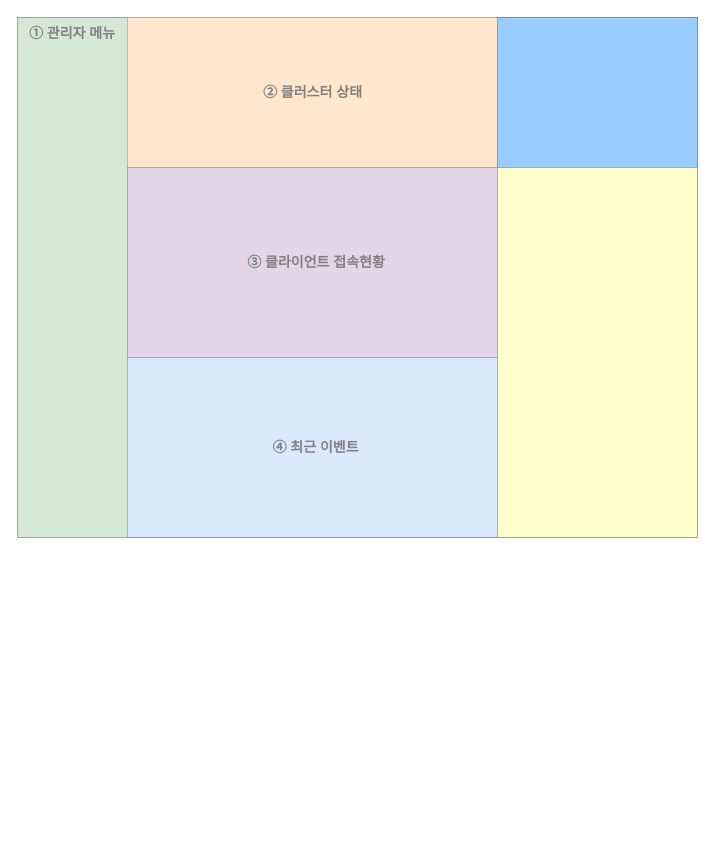
Before: page "페이지-3" (3 of 3) of 제목 없는 다이어그램.drawio in weed700/study_repo, a draw.io diagram. Source tidied: cells renumbered, new cells numbered last; positions are measured from the earlier drawing's top-left corner, leaving out a move shared by most shapes. Both pictures are drawn from the tidied source at 100%, with x=0, y=0 at pixel (17, 17).
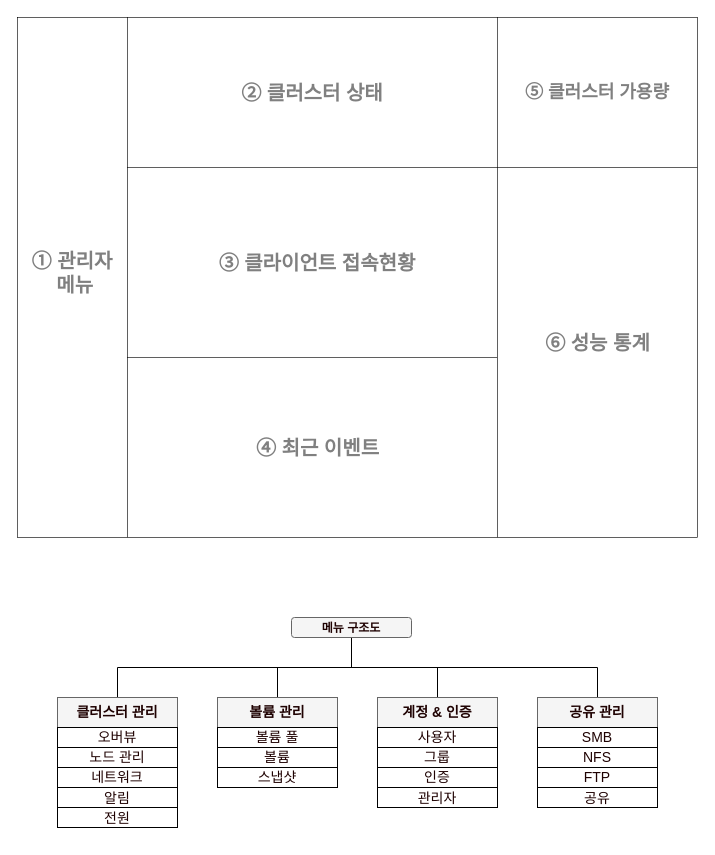
Above is the later version.

Commit message:
제목 없는 다이어그램.drawio 업데이트

The edit, as a diff of the source:
```diff
@@
+    <mxCell id="13" style="group;" parent="1" vertex="1">
+      <mxGeometry width="680" height="520" as="geometry" />
+    </mxCell>
-    <mxCell id="2" style="rounded=0;whiteSpace=wrap;html=1;strokeWidth=0.5;fontSize=11;" parent="1" vertex="1">
+    <mxCell id="2" style="rounded=0;whiteSpace=wrap;html=1;strokeWidth=0.5;fontSize=11;" parent="13" vertex="1">
       <mxGeometry width="680" height="520" as="geometry" />
     </mxCell>
-    <mxCell id="3" style="rounded=0;whiteSpace=wrap;html=1;strokeWidth=0.5;fontSize=11;fillColor=#d5e8d4;strokeColor=#82b366;" parent="1" vertex="1">
+    <mxCell id="3" style="rounded=0;whiteSpace=wrap;html=1;strokeWidth=0.5;fontSize=11;" parent="13" vertex="1">
       <mxGeometry width="110" height="520" as="geometry" />
     </mxCell>
-    <mxCell id="4" style="rounded=0;whiteSpace=wrap;html=1;strokeWidth=0.5;fontSize=11;fillColor=#ffe6cc;strokeColor=#d79b00;" parent="1" vertex="1">
+    <mxCell id="4" style="rounded=0;whiteSpace=wrap;html=1;strokeWidth=0.5;fontSize=11;" parent="13" vertex="1">
       <mxGeometry x="110" width="370" height="150" as="geometry" />
     </mxCell>
-    <mxCell id="5" style="rounded=0;whiteSpace=wrap;html=1;strokeWidth=0.5;fontSize=11;fillColor=#e1d5e7;strokeColor=#9673a6;" parent="1" vertex="1">
+    <mxCell id="5" style="rounded=0;whiteSpace=wrap;html=1;strokeWidth=0.5;fontSize=11;" parent="13" vertex="1">
       <mxGeometry x="110" y="150" width="370" height="190" as="geometry" />
     </mxCell>
-    <mxCell id="6" style="rounded=0;whiteSpace=wrap;html=1;strokeWidth=0.5;fontSize=11;fillColor=#dae8fc;strokeColor=#6c8ebf;" parent="1" vertex="1">
+    <mxCell id="6" style="rounded=0;whiteSpace=wrap;html=1;strokeWidth=0.5;fontSize=11;" parent="13" vertex="1">
       <mxGeometry x="110" y="340" width="370" height="180" as="geometry" />
     </mxCell>
-    <mxCell id="7" style="rounded=0;whiteSpace=wrap;html=1;strokeWidth=0.5;fontSize=11;fillColor=#99CCFF;strokeColor=#b85450;" parent="1" vertex="1">
+    <mxCell id="7" style="rounded=0;whiteSpace=wrap;html=1;strokeWidth=0.5;fontSize=11;" parent="13" vertex="1">
       <mxGeometry x="480" width="200" height="150" as="geometry" />
     </mxCell>
-    <mxCell id="8" style="rounded=0;whiteSpace=wrap;html=1;strokeWidth=0.5;fontSize=11;fillColor=#FFFFCC;strokeColor=#9673a6;" parent="1" vertex="1">
+    <mxCell id="8" style="rounded=0;whiteSpace=wrap;html=1;strokeWidth=0.5;fontSize=11;" parent="13" vertex="1">
       <mxGeometry x="480" y="150" width="200" height="370" as="geometry" />
     </mxCell>
-    <mxCell id="9" value="&lt;font style=&quot;font-size: 14px;&quot;&gt;① 관리자 메뉴&lt;/font&gt;" style="text;html=1;strokeColor=none;fillColor=none;align=center;verticalAlign=middle;whiteSpace=wrap;rounded=0;strokeWidth=0.5;fontSize=11;fontColor=#808080;rotation=0;fontStyle=1;" parent="1" vertex="1">
-      <mxGeometry y="1" width="110" height="30" as="geometry" />
+    <mxCell id="9" value="&lt;font style=&quot;font-size: 20px;&quot;&gt;① 관리자&lt;br&gt;&amp;nbsp;메뉴&lt;/font&gt;" style="text;html=1;strokeColor=none;fillColor=none;align=center;verticalAlign=middle;whiteSpace=wrap;rounded=0;strokeWidth=0.5;fontSize=20;fontColor=#808080;rotation=0;fontStyle=1;" parent="13" vertex="1">
+      <mxGeometry y="240" width="110" height="30" as="geometry" />
     </mxCell>
-    <mxCell id="10" value="&lt;font style=&quot;font-size: 14px;&quot;&gt;② 클러스터 상태&lt;/font&gt;" style="text;html=1;strokeColor=none;fillColor=none;align=center;verticalAlign=middle;whiteSpace=wrap;rounded=0;strokeWidth=0.5;fontSize=11;fontColor=#808080;rotation=0;fontStyle=1;" parent="1" vertex="1">
-      <mxGeometry x="232.5" y="60" width="125" height="30" as="geometry" />
+    <mxCell id="10" value="&lt;font style=&quot;font-size: 20px;&quot;&gt;② 클러스터 상태&lt;/font&gt;" style="text;html=1;strokeColor=none;fillColor=none;align=center;verticalAlign=middle;whiteSpace=wrap;rounded=0;strokeWidth=0.5;fontSize=20;fontColor=#808080;rotation=0;fontStyle=1;" parent="13" vertex="1">
+      <mxGeometry x="203.1" y="60" width="183.8" height="30" as="geometry" />
     </mxCell>
-    <mxCell id="11" value="&lt;font style=&quot;font-size: 14px;&quot;&gt;③ 클라이언트 접속현황&lt;/font&gt;" style="text;html=1;strokeColor=none;fillColor=none;align=center;verticalAlign=middle;whiteSpace=wrap;rounded=0;strokeWidth=0.5;fontSize=11;fontColor=#808080;rotation=0;fontStyle=1;" parent="1" vertex="1">
-      <mxGeometry x="220" y="230" width="157.5" height="30" as="geometry" />
+    <mxCell id="11" value="&lt;font style=&quot;font-size: 20px;&quot;&gt;③ 클라이언트 접속현황&lt;/font&gt;" style="text;html=1;strokeColor=none;fillColor=none;align=center;verticalAlign=middle;whiteSpace=wrap;rounded=0;strokeWidth=0.5;fontSize=20;fontColor=#808080;rotation=0;fontStyle=1;" parent="13" vertex="1">
+      <mxGeometry x="190" y="230" width="220" height="30" as="geometry" />
     </mxCell>
-    <mxCell id="12" value="&lt;font style=&quot;font-size: 14px;&quot;&gt;④ 최근 이벤트&lt;/font&gt;" style="text;html=1;strokeColor=none;fillColor=none;align=center;verticalAlign=middle;whiteSpace=wrap;rounded=0;strokeWidth=0.5;fontSize=11;fontColor=#808080;rotation=0;fontStyle=1;" parent="1" vertex="1">
-      <mxGeometry x="236.2" y="415" width="125" height="30" as="geometry" />
+    <mxCell id="12" value="&lt;font style=&quot;font-size: 20px;&quot;&gt;④ 최근 이벤트&lt;/font&gt;" style="text;html=1;strokeColor=none;fillColor=none;align=center;verticalAlign=middle;whiteSpace=wrap;rounded=0;strokeWidth=0.5;fontSize=20;fontColor=#808080;rotation=0;fontStyle=1;" parent="13" vertex="1">
+      <mxGeometry x="227.5" y="415" width="145" height="30" as="geometry" />
     </mxCell>
+    <mxCell id="14" value="&lt;font style=&quot;font-size: 18px;&quot;&gt;⑤ 클러스터 가용량&lt;/font&gt;" style="text;html=1;strokeColor=none;fillColor=none;align=center;verticalAlign=middle;whiteSpace=wrap;rounded=0;strokeWidth=0.5;fontSize=18;fontColor=#808080;rotation=0;fontStyle=1;" parent="13" vertex="1">
+      <mxGeometry x="500" y="60" width="160" height="30" as="geometry" />
+    </mxCell>
+    <mxCell id="15" value="&lt;font style=&quot;font-size: 20px;&quot;&gt;⑥ 성능 통계&lt;/font&gt;" style="text;html=1;strokeColor=none;fillColor=none;align=center;verticalAlign=middle;whiteSpace=wrap;rounded=0;strokeWidth=0.5;fontSize=20;fontColor=#808080;rotation=0;fontStyle=1;" parent="13" vertex="1">
+      <mxGeometry x="522.5" y="310" width="115" height="30" as="geometry" />
+    </mxCell>
+    <mxCell id="16" style="edgeStyle=orthogonalEdgeStyle;rounded=0;jettySize=auto;html=1;exitX=0.5;exitY=1;exitDx=0;exitDy=0;entryX=0.5;entryY=0;entryDx=0;entryDy=0;strokeWidth=1;fontSize=14;fontColor=#1F0202;startArrow=none;startFill=0;endArrow=none;endFill=0;elbow=vertical;" parent="1" edge="1" source="20" target="26">
+      <mxGeometry relative="1" as="geometry" />
+    </mxCell>
+    <mxCell id="17" style="edgeStyle=orthogonalEdgeStyle;rounded=0;jettySize=auto;html=1;exitX=0.5;exitY=1;exitDx=0;exitDy=0;entryX=0.5;entryY=0;entryDx=0;entryDy=0;strokeWidth=1;fontSize=14;fontColor=#1F0202;startArrow=none;startFill=0;endArrow=none;endFill=0;elbow=vertical;" parent="1" edge="1" source="20" target="44">
+      <mxGeometry relative="1" as="geometry" />
+    </mxCell>
+    <mxCell id="18" style="edgeStyle=orthogonalEdgeStyle;rounded=0;jettySize=auto;html=1;exitX=0.5;exitY=1;exitDx=0;exitDy=0;entryX=0.5;entryY=0;entryDx=0;entryDy=0;strokeWidth=1;fontSize=14;fontColor=#1F0202;startArrow=none;startFill=0;endArrow=none;endFill=0;elbow=vertical;" parent="1" edge="1" source="20" target="56">
+      <mxGeometry relative="1" as="geometry" />
+    </mxCell>
+    <mxCell id="19" style="edgeStyle=orthogonalEdgeStyle;rounded=0;jettySize=auto;html=1;exitX=0.5;exitY=1;exitDx=0;exitDy=0;strokeWidth=1;fontSize=14;fontColor=#1F0202;startArrow=none;startFill=0;endArrow=none;endFill=0;elbow=vertical;" parent="1" edge="1" source="20" target="71">
+      <mxGeometry relative="1" as="geometry" />
+    </mxCell>
+    <mxCell id="20" style="rounded=1;whiteSpace=wrap;html=1;strokeWidth=1;fontSize=20;fillColor=#f5f5f5;fontColor=#333333;strokeColor=#666666;" parent="1" vertex="1">
+      <mxGeometry x="274" y="600" width="120" height="20" as="geometry" />
+    </mxCell>
+    <mxCell id="21" style="group;" parent="1" vertex="1">
+      <mxGeometry x="40" y="680" width="120" height="140" as="geometry" />
+    </mxCell>
+    <mxCell id="22" style="rounded=0;whiteSpace=wrap;html=1;strokeWidth=1;fontSize=20;" parent="21" vertex="1">
+      <mxGeometry width="120" height="130" as="geometry" />
+    </mxCell>
+    <mxCell id="23" style="rounded=0;whiteSpace=wrap;html=1;strokeColor=#666666;strokeWidth=1;fontSize=20;fillColor=#f5f5f5;fontColor=#333333;" parent="21" vertex="1">
+      <mxGeometry width="120" height="30" as="geometry" />
+    </mxCell>
+    <mxCell id="24" style="rounded=0;whiteSpace=wrap;html=1;strokeWidth=1;fontSize=20;" parent="21" vertex="1">
+      <mxGeometry y="30" width="120" height="20" as="geometry" />
+    </mxCell>
+    <mxCell id="25" value="오버뷰" style="text;html=1;strokeColor=none;fillColor=none;align=center;verticalAlign=middle;whiteSpace=wrap;rounded=0;strokeWidth=1;fontSize=14;fontColor=#1F0202;" parent="21" vertex="1">
+      <mxGeometry x="20" y="25" width="80" height="30" as="geometry" />
+    </mxCell>
+    <mxCell id="26" value="&lt;b&gt;클러스터 관리&lt;/b&gt;" style="text;html=1;strokeColor=none;fillColor=none;align=center;verticalAlign=middle;whiteSpace=wrap;rounded=0;strokeWidth=1;fontSize=14;fontColor=#1F0202;" parent="21" vertex="1">
+      <mxGeometry x="15" width="90" height="30" as="geometry" />
+    </mxCell>
+    <mxCell id="27" style="group;" parent="21" vertex="1">
+      <mxGeometry y="45" width="120" height="30" as="geometry" />
+    </mxCell>
+    <mxCell id="28" style="rounded=0;whiteSpace=wrap;html=1;strokeWidth=1;fontSize=20;" parent="27" vertex="1">
+      <mxGeometry y="5" width="120" height="20" as="geometry" />
+    </mxCell>
+    <mxCell id="29" value="노드 관리" style="text;html=1;strokeColor=none;fillColor=none;align=center;verticalAlign=middle;whiteSpace=wrap;rounded=0;strokeWidth=1;fontSize=14;fontColor=#1F0202;" parent="27" vertex="1">
+      <mxGeometry x="20" width="80" height="30" as="geometry" />
+    </mxCell>
+    <mxCell id="30" style="group;" parent="21" vertex="1">
+      <mxGeometry y="65" width="120" height="30" as="geometry" />
+    </mxCell>
+    <mxCell id="31" style="rounded=0;whiteSpace=wrap;html=1;strokeWidth=1;fontSize=20;" parent="30" vertex="1">
+      <mxGeometry y="5" width="120" height="20" as="geometry" />
+    </mxCell>
+    <mxCell id="32" value="네트워크" style="text;html=1;strokeColor=none;fillColor=none;align=center;verticalAlign=middle;whiteSpace=wrap;rounded=0;strokeWidth=1;fontSize=14;fontColor=#1F0202;" parent="30" vertex="1">
+      <mxGeometry x="20" width="80" height="30" as="geometry" />
+    </mxCell>
+    <mxCell id="33" style="group;" parent="21" vertex="1">
+      <mxGeometry y="85" width="120" height="55" as="geometry" />
+    </mxCell>
+    <mxCell id="34" style="rounded=0;whiteSpace=wrap;html=1;strokeWidth=1;fontSize=20;" parent="33" vertex="1">
+      <mxGeometry y="5" width="120" height="20" as="geometry" />
+    </mxCell>
+    <mxCell id="35" value="알림" style="text;html=1;strokeColor=none;fillColor=none;align=center;verticalAlign=middle;whiteSpace=wrap;rounded=0;strokeWidth=1;fontSize=14;fontColor=#1F0202;" parent="33" vertex="1">
+      <mxGeometry x="20" y="6" width="80" height="20" as="geometry" />
+    </mxCell>
+    <mxCell id="36" style="group;" parent="33" vertex="1">
+      <mxGeometry y="20" width="120" height="30" as="geometry" />
+    </mxCell>
+    <mxCell id="37" style="rounded=0;whiteSpace=wrap;html=1;strokeWidth=1;fontSize=20;" parent="36" vertex="1">
+      <mxGeometry y="5" width="120" height="20" as="geometry" />
+    </mxCell>
+    <mxCell id="38" value="전원" style="text;html=1;strokeColor=none;fillColor=none;align=center;verticalAlign=middle;whiteSpace=wrap;rounded=0;strokeWidth=1;fontSize=14;fontColor=#1F0202;" parent="36" vertex="1">
+      <mxGeometry x="20" y="6" width="80" height="20" as="geometry" />
+    </mxCell>
+    <mxCell id="39" style="group;" parent="1" vertex="1">
+      <mxGeometry x="200" y="680" width="120" height="140" as="geometry" />
+    </mxCell>
+    <mxCell id="40" style="rounded=0;whiteSpace=wrap;html=1;strokeWidth=1;fontSize=20;" parent="39" vertex="1">
+      <mxGeometry width="120" height="90" as="geometry" />
+    </mxCell>
+    <mxCell id="41" style="rounded=0;whiteSpace=wrap;html=1;strokeColor=#666666;strokeWidth=1;fontSize=20;fillColor=#f5f5f5;fontColor=#333333;" parent="39" vertex="1">
+      <mxGeometry width="120" height="30" as="geometry" />
+    </mxCell>
+    <mxCell id="42" style="rounded=0;whiteSpace=wrap;html=1;strokeWidth=1;fontSize=20;" parent="39" vertex="1">
+      <mxGeometry y="30" width="120" height="20" as="geometry" />
+    </mxCell>
+    <mxCell id="43" value="볼륨 풀" style="text;html=1;strokeColor=none;fillColor=none;align=center;verticalAlign=middle;whiteSpace=wrap;rounded=0;strokeWidth=1;fontSize=14;fontColor=#1F0202;" parent="39" vertex="1">
+      <mxGeometry x="20" y="25" width="80" height="30" as="geometry" />
+    </mxCell>
+    <mxCell id="44" value="&lt;b&gt;볼륨 관리&lt;/b&gt;" style="text;html=1;strokeColor=none;fillColor=none;align=center;verticalAlign=middle;whiteSpace=wrap;rounded=0;strokeWidth=1;fontSize=14;fontColor=#1F0202;" parent="39" vertex="1">
+      <mxGeometry x="15" width="90" height="30" as="geometry" />
+    </mxCell>
+    <mxCell id="45" style="group;" parent="39" vertex="1">
+      <mxGeometry y="45" width="120" height="30" as="geometry" />
+    </mxCell>
+    <mxCell id="46" style="rounded=0;whiteSpace=wrap;html=1;strokeWidth=1;fontSize=20;" parent="45" vertex="1">
+      <mxGeometry y="5" width="120" height="20" as="geometry" />
+    </mxCell>
+    <mxCell id="47" value="볼륨" style="text;html=1;strokeColor=none;fillColor=none;align=center;verticalAlign=middle;whiteSpace=wrap;rounded=0;strokeWidth=1;fontSize=14;fontColor=#1F0202;" parent="45" vertex="1">
+      <mxGeometry x="20" width="80" height="30" as="geometry" />
+    </mxCell>
+    <mxCell id="48" style="group;" parent="39" vertex="1">
+      <mxGeometry y="65" width="120" height="30" as="geometry" />
+    </mxCell>
+    <mxCell id="49" style="rounded=0;whiteSpace=wrap;html=1;strokeWidth=1;fontSize=20;" parent="48" vertex="1">
+      <mxGeometry y="5" width="120" height="20" as="geometry" />
+    </mxCell>
+    <mxCell id="50" value="스냅샷" style="text;html=1;strokeColor=none;fillColor=none;align=center;verticalAlign=middle;whiteSpace=wrap;rounded=0;strokeWidth=1;fontSize=14;fontColor=#1F0202;" parent="48" vertex="1">
+      <mxGeometry x="20" width="80" height="30" as="geometry" />
+    </mxCell>
+    <mxCell id="51" style="group;" parent="1" vertex="1">
+      <mxGeometry x="360" y="680" width="120" height="140" as="geometry" />
+    </mxCell>
+    <mxCell id="52" style="rounded=0;whiteSpace=wrap;html=1;strokeWidth=1;fontSize=20;" parent="51" vertex="1">
+      <mxGeometry width="120" height="110" as="geometry" />
+    </mxCell>
+    <mxCell id="53" style="rounded=0;whiteSpace=wrap;html=1;strokeColor=#666666;strokeWidth=1;fontSize=20;fillColor=#f5f5f5;fontColor=#333333;" parent="51" vertex="1">
+      <mxGeometry width="120" height="30" as="geometry" />
+    </mxCell>
+    <mxCell id="54" style="rounded=0;whiteSpace=wrap;html=1;strokeWidth=1;fontSize=20;" parent="51" vertex="1">
+      <mxGeometry y="30" width="120" height="20" as="geometry" />
+    </mxCell>
+    <mxCell id="55" value="사용자" style="text;html=1;strokeColor=none;fillColor=none;align=center;verticalAlign=middle;whiteSpace=wrap;rounded=0;strokeWidth=1;fontSize=14;fontColor=#1F0202;" parent="51" vertex="1">
+      <mxGeometry x="20" y="25" width="80" height="30" as="geometry" />
+    </mxCell>
+    <mxCell id="56" value="&lt;b&gt;계정 &amp;amp; 인증&lt;/b&gt;" style="text;html=1;strokeColor=none;fillColor=none;align=center;verticalAlign=middle;whiteSpace=wrap;rounded=0;strokeWidth=1;fontSize=14;fontColor=#1F0202;" parent="51" vertex="1">
+      <mxGeometry x="15" width="90" height="30" as="geometry" />
+    </mxCell>
+    <mxCell id="57" style="group;" parent="51" vertex="1">
+      <mxGeometry y="45" width="120" height="30" as="geometry" />
+    </mxCell>
+    <mxCell id="58" style="rounded=0;whiteSpace=wrap;html=1;strokeWidth=1;fontSize=20;" parent="57" vertex="1">
+      <mxGeometry y="5" width="120" height="20" as="geometry" />
+    </mxCell>
+    <mxCell id="59" value="그룹" style="text;html=1;strokeColor=none;fillColor=none;align=center;verticalAlign=middle;whiteSpace=wrap;rounded=0;strokeWidth=1;fontSize=14;fontColor=#1F0202;" parent="57" vertex="1">
+      <mxGeometry x="20" width="80" height="30" as="geometry" />
+    </mxCell>
+    <mxCell id="60" style="group;" parent="51" vertex="1">
+      <mxGeometry y="65" width="120" height="30" as="geometry" />
+    </mxCell>
+    <mxCell id="61" style="rounded=0;whiteSpace=wrap;html=1;strokeWidth=1;fontSize=20;" parent="60" vertex="1">
+      <mxGeometry y="5" width="120" height="20" as="geometry" />
+    </mxCell>
+    <mxCell id="62" value="인증" style="text;html=1;strokeColor=none;fillColor=none;align=center;verticalAlign=middle;whiteSpace=wrap;rounded=0;strokeWidth=1;fontSize=14;fontColor=#1F0202;" parent="60" vertex="1">
+      <mxGeometry x="20" width="80" height="30" as="geometry" />
+    </mxCell>
+    <mxCell id="63" style="group;" parent="51" vertex="1">
+      <mxGeometry y="85" width="120" height="55" as="geometry" />
+    </mxCell>
+    <mxCell id="64" style="rounded=0;whiteSpace=wrap;html=1;strokeWidth=1;fontSize=20;" parent="63" vertex="1">
+      <mxGeometry y="5" width="120" height="20" as="geometry" />
+    </mxCell>
+    <mxCell id="65" value="관리자" style="text;html=1;strokeColor=none;fillColor=none;align=center;verticalAlign=middle;whiteSpace=wrap;rounded=0;strokeWidth=1;fontSize=14;fontColor=#1F0202;" parent="63" vertex="1">
+      <mxGeometry x="20" y="6" width="80" height="20" as="geometry" />
+    </mxCell>
+    <mxCell id="66" style="group;" parent="1" vertex="1">
+      <mxGeometry x="520" y="680" width="120" height="140" as="geometry" />
+    </mxCell>
+    <mxCell id="67" style="rounded=0;whiteSpace=wrap;html=1;strokeWidth=1;fontSize=20;" parent="66" vertex="1">
+      <mxGeometry width="120" height="110" as="geometry" />
+    </mxCell>
+    <mxCell id="68" style="rounded=0;whiteSpace=wrap;html=1;strokeColor=#666666;strokeWidth=1;fontSize=20;fillColor=#f5f5f5;fontColor=#333333;" parent="66" vertex="1">
+      <mxGeometry width="120" height="30" as="geometry" />
+    </mxCell>
+    <mxCell id="69" style="rounded=0;whiteSpace=wrap;html=1;strokeWidth=1;fontSize=20;" parent="66" vertex="1">
+      <mxGeometry y="30" width="120" height="20" as="geometry" />
+    </mxCell>
+    <mxCell id="70" value="SMB" style="text;html=1;strokeColor=none;fillColor=none;align=center;verticalAlign=middle;whiteSpace=wrap;rounded=0;strokeWidth=1;fontSize=14;fontColor=#1F0202;" parent="66" vertex="1">
+      <mxGeometry x="20" y="25" width="80" height="30" as="geometry" />
+    </mxCell>
+    <mxCell id="71" value="&lt;b&gt;공유 관리&lt;/b&gt;" style="text;html=1;strokeColor=none;fillColor=none;align=center;verticalAlign=middle;whiteSpace=wrap;rounded=0;strokeWidth=1;fontSize=14;fontColor=#1F0202;" parent="66" vertex="1">
+      <mxGeometry x="15" width="90" height="30" as="geometry" />
+    </mxCell>
+    <mxCell id="72" style="group;" parent="66" vertex="1">
+      <mxGeometry y="45" width="120" height="30" as="geometry" />
+    </mxCell>
+    <mxCell id="73" style="rounded=0;whiteSpace=wrap;html=1;strokeWidth=1;fontSize=20;" parent="72" vertex="1">
+      <mxGeometry y="5" width="120" height="20" as="geometry" />
+    </mxCell>
+    <mxCell id="74" value="NFS" style="text;html=1;strokeColor=none;fillColor=none;align=center;verticalAlign=middle;whiteSpace=wrap;rounded=0;strokeWidth=1;fontSize=14;fontColor=#1F0202;" parent="72" vertex="1">
+      <mxGeometry x="20" width="80" height="30" as="geometry" />
+    </mxCell>
+    <mxCell id="75" style="group;" parent="66" vertex="1">
+      <mxGeometry y="65" width="120" height="30" as="geometry" />
+    </mxCell>
+    <mxCell id="76" style="rounded=0;whiteSpace=wrap;html=1;strokeWidth=1;fontSize=20;" parent="75" vertex="1">
+      <mxGeometry y="5" width="120" height="20" as="geometry" />
+    </mxCell>
+    <mxCell id="77" value="FTP" style="text;html=1;strokeColor=none;fillColor=none;align=center;verticalAlign=middle;whiteSpace=wrap;rounded=0;strokeWidth=1;fontSize=14;fontColor=#1F0202;" parent="75" vertex="1">
+      <mxGeometry x="20" width="80" height="30" as="geometry" />
+    </mxCell>
+    <mxCell id="78" style="group;" parent="66" vertex="1">
+      <mxGeometry y="85" width="120" height="55" as="geometry" />
+    </mxCell>
+    <mxCell id="79" style="rounded=0;whiteSpace=wrap;html=1;strokeWidth=1;fontSize=20;" parent="78" vertex="1">
+      <mxGeometry y="5" width="120" height="20" as="geometry" />
+    </mxCell>
+    <mxCell id="80" value="공유" style="text;html=1;strokeColor=none;fillColor=none;align=center;verticalAlign=middle;whiteSpace=wrap;rounded=0;strokeWidth=1;fontSize=14;fontColor=#1F0202;" parent="78" vertex="1">
+      <mxGeometry x="20" y="6" width="80" height="20" as="geometry" />
+    </mxCell>
+    <mxCell id="81" value="&lt;b&gt;&lt;font style=&quot;font-size: 12px;&quot;&gt;메뉴 구조도&lt;br&gt;&lt;/font&gt;&lt;/b&gt;" style="text;html=1;strokeColor=none;fillColor=none;align=center;verticalAlign=middle;whiteSpace=wrap;rounded=0;strokeWidth=1;fontSize=14;fontColor=#1F0202;" parent="1" vertex="1">
+      <mxGeometry x="289" y="595" width="90" height="30" as="geometry" />
+    </mxCell>
```
